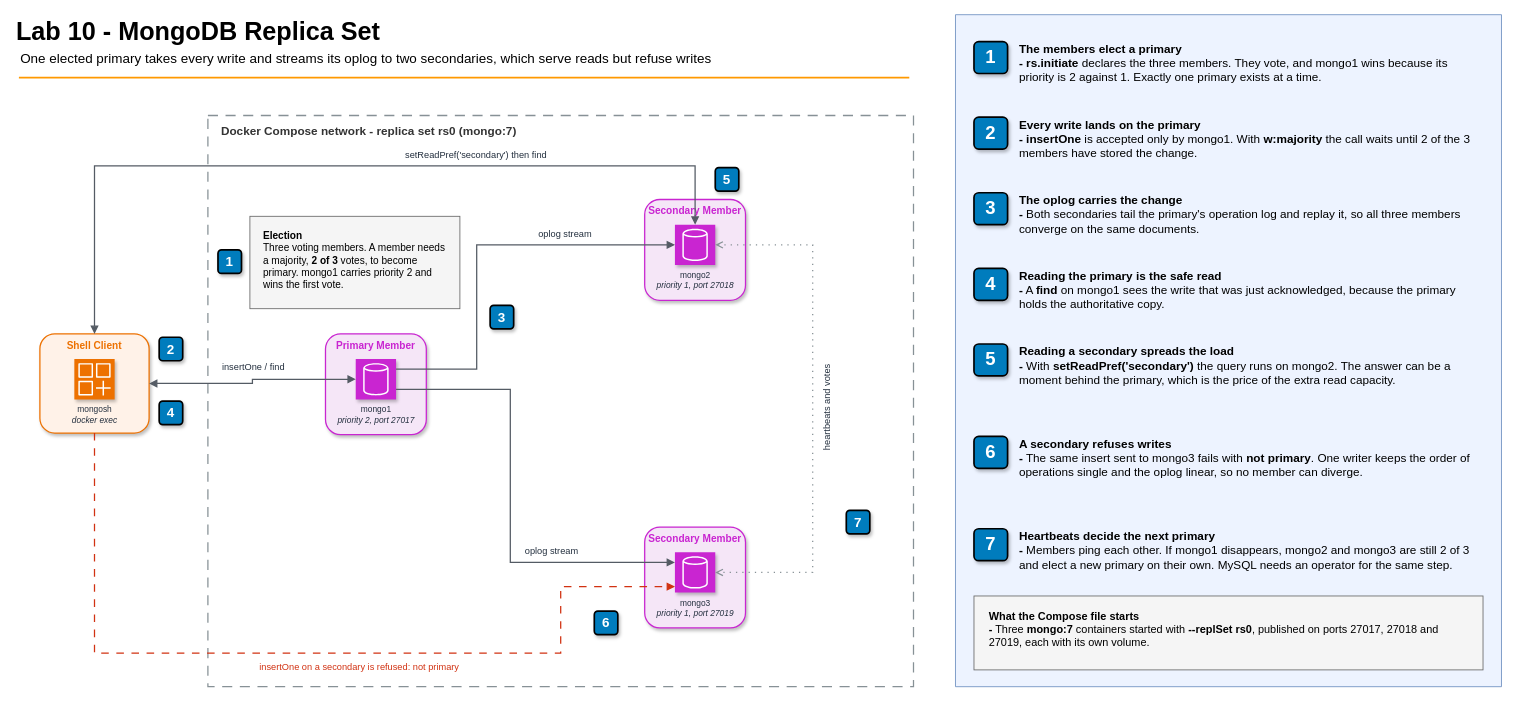
gamaware/system-design-course keeps this draw.io diagram as 10-databases/diagrams/lab10-mongodb-replica-set.drawio. Above is the earlier version. Source tidied: cells renumbered, new cells numbered last; positions are measured from the earlier drawing's top-left corner, leaving out a move shared by most shapes. Both pictures are drawn from the tidied source at 84%, with x=0, y=0 at pixel (14, 14).
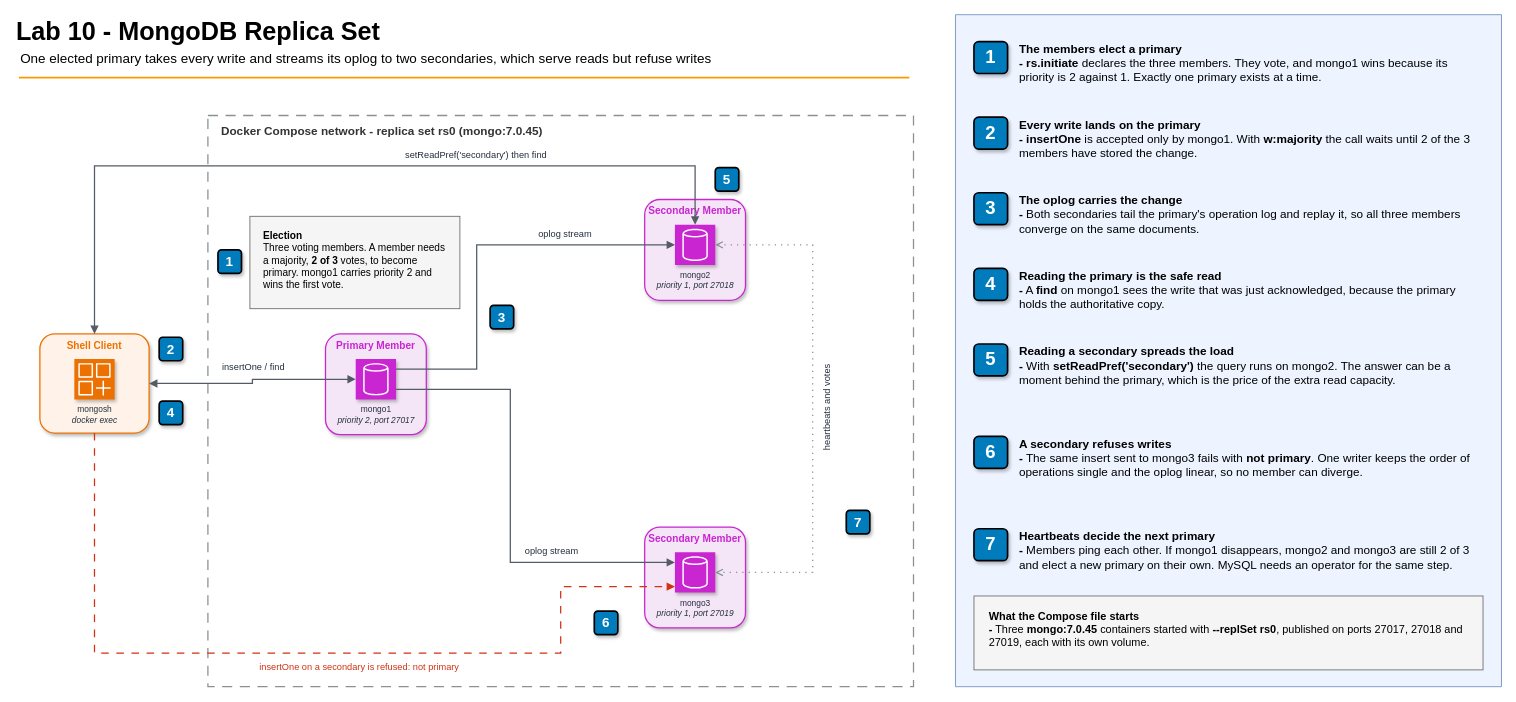
The same page after the edit.

Diff of the diagram source:
```diff
@@
-    <mxCell id="6" value="Docker Compose network - replica set rs0 (mongo:7)" style="rounded=0;html=1;whiteSpace=wrap;fillColor=none;strokeColor=#879196;dashed=1;dashPattern=8 6;strokeWidth=1.5;verticalAlign=top;align=left;spacingLeft=14;spacingTop=4;fontSize=14;fontStyle=1;fontColor=light-dark(#333333,#FAFAFA);fontFamily=Helvetica;" parent="1" vertex="1">
+    <mxCell id="6" value="Docker Compose network - replica set rs0 (mongo:7.0.45)" style="rounded=0;html=1;whiteSpace=wrap;fillColor=none;strokeColor=#879196;dashed=1;dashPattern=8 6;strokeWidth=1.5;verticalAlign=top;align=left;spacingLeft=14;spacingTop=4;fontSize=14;fontStyle=1;fontColor=light-dark(#333333,#FAFAFA);fontFamily=Helvetica;" parent="1" vertex="1">
       <mxGeometry x="230" y="120" width="840" height="680" as="geometry" />
     </mxCell>
@@
-    <mxCell id="52" value="&lt;div&gt;&lt;b&gt;What the Compose file starts&lt;/b&gt;&lt;/div&gt;&lt;div&gt;&lt;span style=&quot;color: light-dark(rgb(0,0,0), rgb(255,255,255));&quot;&gt;&lt;b&gt;-&lt;/b&gt; Three &lt;b&gt;mongo:7&lt;/b&gt; containers started with &lt;b&gt;--replSet rs0&lt;/b&gt;, published on ports 27017, 27018 and 27019, each with its own volume.&lt;/span&gt;&lt;/div&gt;" style="text;html=1;align=left;verticalAlign=top;spacingTop=2;spacingLeft=6;fontSize=13;labelBackgroundColor=none;whiteSpace=wrap;fontFamily=Helvetica;" parent="1" vertex="1">
+    <mxCell id="52" value="&lt;div&gt;&lt;b&gt;What the Compose file starts&lt;/b&gt;&lt;/div&gt;&lt;div&gt;&lt;span style=&quot;color: light-dark(rgb(0,0,0), rgb(255,255,255));&quot;&gt;&lt;b&gt;-&lt;/b&gt; Three &lt;b&gt;mongo:7.0.45&lt;/b&gt; containers started with &lt;b&gt;--replSet rs0&lt;/b&gt;, published on ports 27017, 27018 and 27019, each with its own volume.&lt;/span&gt;&lt;/div&gt;" style="text;html=1;align=left;verticalAlign=top;spacingTop=2;spacingLeft=6;fontSize=13;labelBackgroundColor=none;whiteSpace=wrap;fontFamily=Helvetica;" parent="1" vertex="1">
       <mxGeometry x="1152" y="700" width="586" height="72" as="geometry" />
     </mxCell>
```
